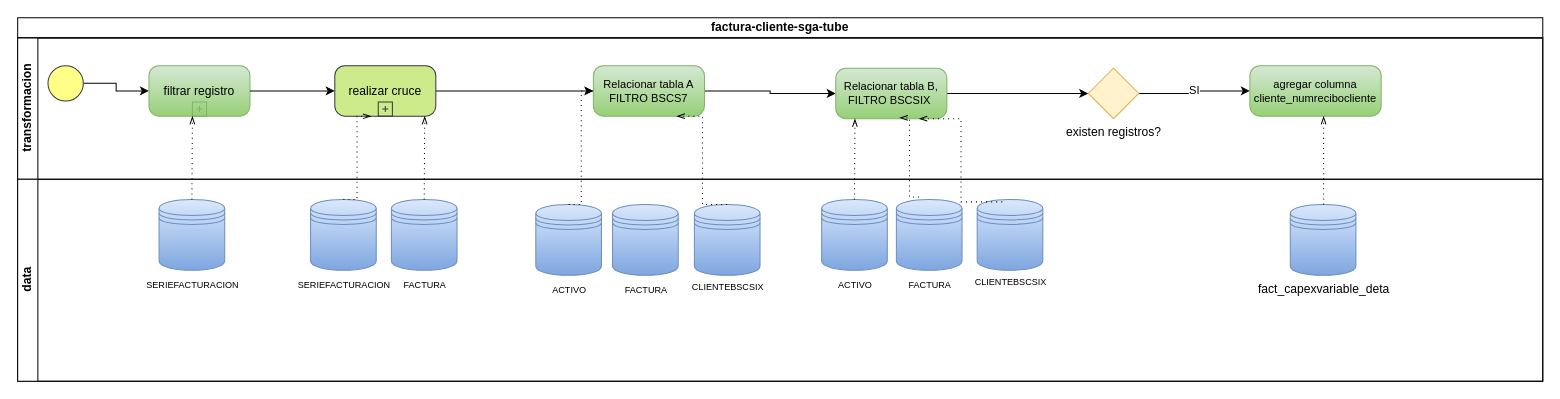
This is bpm-factura-cliente-sga-ASIS.drawio from carlsromec/procesos-diagramas, a draw.io file, before an edit. Source tidied: cells renumbered, new cells numbered last; positions are measured from the earlier drawing's top-left corner, leaving out a move shared by most shapes. Both pictures are drawn from the tidied source at 101%, with x=0, y=0 at pixel (17, 17).
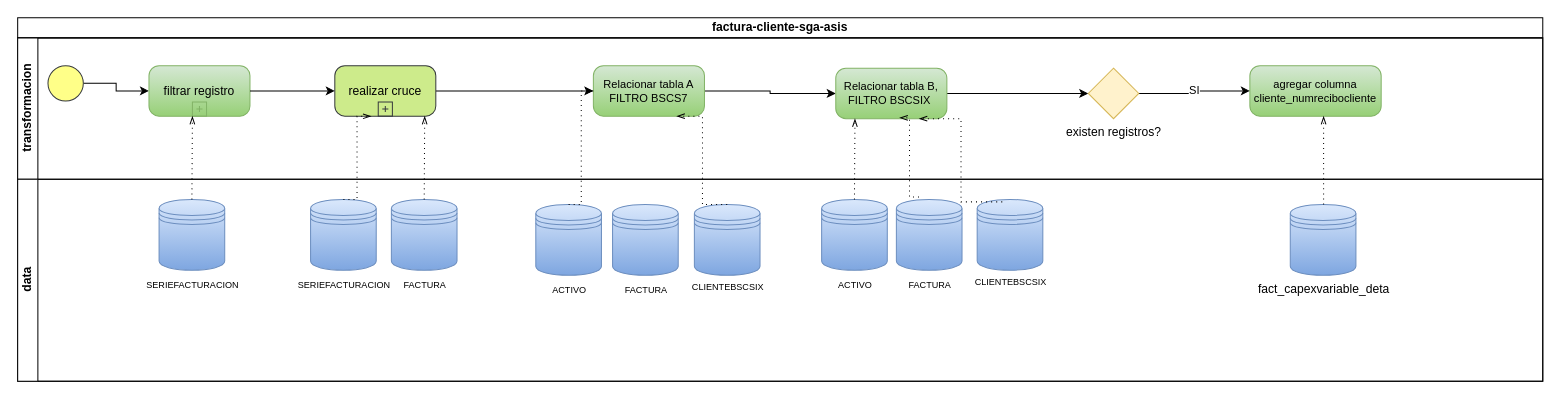
Above is the later version.

What changed in the source:
```diff
@@
-    <mxCell id="2" value="factura-cliente-sga-tube" style="swimlane;html=1;horizontal=1;startSize=20;whiteSpace=wrap;" parent="1" vertex="1">
+    <mxCell id="2" value="factura-cliente-sga-asis" style="swimlane;html=1;horizontal=1;startSize=20;whiteSpace=wrap;" parent="1" vertex="1">
       <mxGeometry width="1510" height="360" as="geometry" />
     </mxCell>
```
